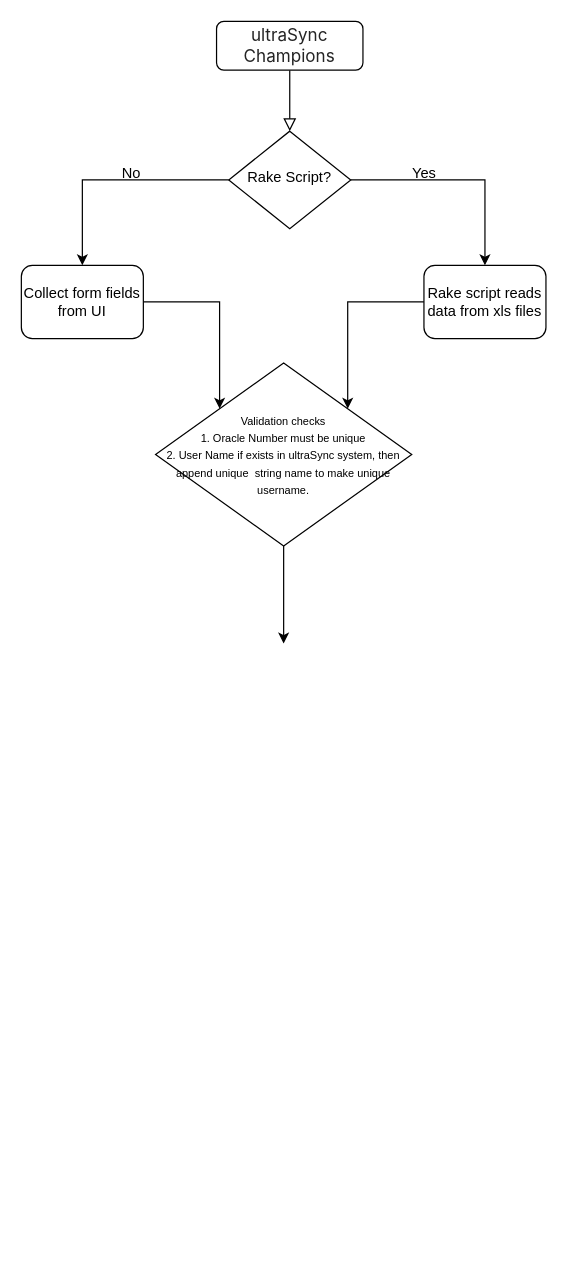
venkatnr/Account keeps this draw.io diagram as onboarding_champions.drawio. Above is the earlier version. Source tidied: cells renumbered, new cells numbered last; positions are measured from the earlier drawing's top-left corner, leaving out a move shared by most shapes. Both pictures are drawn from the tidied source at 122%, with x=0, y=0 at pixel (21, 21).
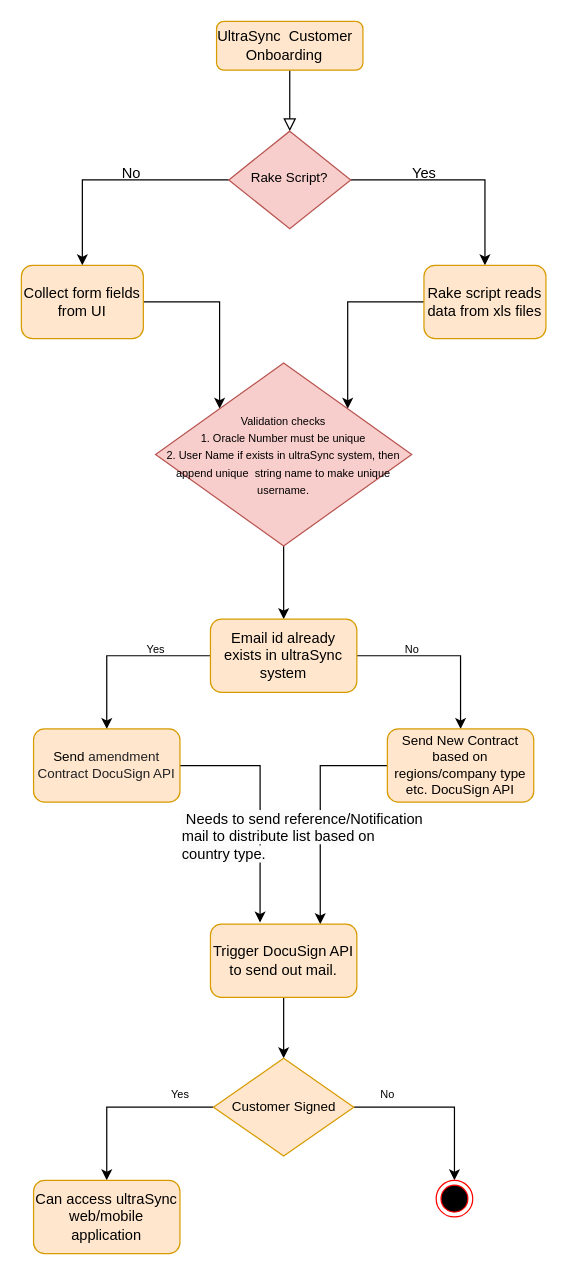
The same diagram, later.

Change to the diagram source:
```diff
@@
-    <mxCell id="3" value="&lt;span style=&quot;color: rgb(36, 36, 36); font-family: -apple-system, BlinkMacSystemFont, &amp;quot;Segoe UI&amp;quot;, system-ui, &amp;quot;Apple Color Emoji&amp;quot;, &amp;quot;Segoe UI Emoji&amp;quot;, &amp;quot;Segoe UI Web&amp;quot;, sans-serif; font-size: 14px; text-align: start; background-color: rgb(255, 255, 255);&quot;&gt;ultraSync Champions&lt;/span&gt;" style="rounded=1;whiteSpace=wrap;html=1;fontSize=12;glass=0;strokeWidth=1;shadow=0;" parent="1" vertex="1">
+    <mxCell id="3" value="&lt;div style=&quot;text-align: start;&quot;&gt;UltraSync&amp;nbsp;&amp;nbsp;Customer&amp;nbsp; &amp;nbsp; &amp;nbsp; &amp;nbsp; &amp;nbsp;Onboarding&lt;br&gt;&lt;/div&gt;" style="rounded=1;whiteSpace=wrap;html=1;fontSize=12;glass=0;strokeWidth=1;shadow=0;fillColor=#ffe6cc;strokeColor=#d79b00;" parent="1" vertex="1">
       <mxGeometry x="160" width="120" height="40" as="geometry" />
     </mxCell>
@@
-    <mxCell id="6" value="Rake Script?" style="rhombus;whiteSpace=wrap;html=1;shadow=0;fontFamily=Helvetica;fontSize=12;align=center;strokeWidth=1;spacing=6;spacingTop=-4;" parent="1" vertex="1">
+    <mxCell id="6" value="&lt;font style=&quot;font-size: 11px;&quot;&gt;Rake Script?&lt;/font&gt;" style="rhombus;whiteSpace=wrap;html=1;shadow=0;fontFamily=Helvetica;fontSize=12;align=center;strokeWidth=1;spacing=6;spacingTop=-4;fillColor=#f8cecc;strokeColor=#b85450;" parent="1" vertex="1">
       <mxGeometry x="170" y="90" width="100" height="80" as="geometry" />
     </mxCell>
     <mxCell id="7" value="No" style="rounded=0;html=1;jettySize=auto;orthogonalLoop=1;fontSize=11;endArrow=block;endFill=0;endSize=8;strokeWidth=1;shadow=0;labelBackgroundColor=none;edgeStyle=orthogonalEdgeStyle;" parent="1" edge="1">
       <mxGeometry x="0.33" y="20" relative="1" as="geometry">
-        <mxPoint x="220" y="290" as="sourcePoint" />
+        <mxPoint x="31" y="321" as="sourcePoint" />
       </mxGeometry>
     </mxCell>
     <mxCell id="8" value="Yes" style="edgeStyle=orthogonalEdgeStyle;rounded=0;html=1;jettySize=auto;orthogonalLoop=1;fontSize=11;endArrow=block;endFill=0;endSize=8;strokeWidth=1;shadow=0;labelBackgroundColor=none;" parent="1" edge="1">
       <mxGeometry y="10" relative="1" as="geometry">
-        <mxPoint x="270" y="250" as="sourcePoint" />
+        <mxPoint x="81" y="281" as="sourcePoint" />
       </mxGeometry>
     </mxCell>
@@
-    <mxCell id="12" value="Collect form fields from UI" style="rounded=1;whiteSpace=wrap;html=1;" parent="1" vertex="1">
+    <mxCell id="12" value="Collect form fields from UI" style="rounded=1;whiteSpace=wrap;html=1;fillColor=#ffe6cc;strokeColor=#d79b00;" parent="1" vertex="1">
       <mxGeometry y="200" width="100" height="60" as="geometry" />
     </mxCell>
@@
-    <mxCell id="14" value="Rake script reads data from xls files" style="rounded=1;whiteSpace=wrap;html=1;" parent="1" vertex="1">
+    <mxCell id="14" value="Rake script reads data from xls files" style="rounded=1;whiteSpace=wrap;html=1;fillColor=#ffe6cc;strokeColor=#d79b00;" parent="1" vertex="1">
       <mxGeometry x="330" y="200" width="100" height="60" as="geometry" />
     </mxCell>
-    <mxCell id="15" style="edgeStyle=orthogonalEdgeStyle;rounded=0;jettySize=auto;html=1;fontSize=9;" parent="1" edge="1" source="16">
-      <mxGeometry relative="1" as="geometry">
-        <mxPoint x="215" y="510" as="targetPoint" />
-      </mxGeometry>
+    <mxCell id="15" style="edgeStyle=orthogonalEdgeStyle;rounded=0;jettySize=auto;html=1;fontSize=9;entryX=0.5;entryY=0;entryDx=0;entryDy=0;" parent="1" edge="1" source="16" target="19">
+      <mxGeometry relative="1" as="geometry" />
     </mxCell>
-    <mxCell id="16" value="&lt;font style=&quot;font-size: 9px;&quot;&gt;Validation checks&lt;br&gt;1. Oracle Number must be unique&lt;br&gt;2. User Name if exists in ultraSync system, then append unique&amp;nbsp; string name to make unique username.&lt;br&gt;&lt;/font&gt;" style="rhombus;whiteSpace=wrap;html=1;" parent="1" vertex="1">
+    <mxCell id="16" value="&lt;font style=&quot;font-size: 9px;&quot;&gt;Validation checks&lt;br&gt;1. Oracle Number must be unique&lt;br&gt;2. User Name if exists in ultraSync system, then append unique&amp;nbsp; string name to make unique username.&lt;br&gt;&lt;/font&gt;" style="rhombus;whiteSpace=wrap;html=1;fillColor=#f8cecc;strokeColor=#b85450;" parent="1" vertex="1">
       <mxGeometry x="110" y="280" width="210" height="150" as="geometry" />
     </mxCell>
+    <mxCell id="17" style="edgeStyle=orthogonalEdgeStyle;rounded=0;jettySize=auto;html=1;fontSize=9;entryX=0.5;entryY=0;entryDx=0;entryDy=0;exitX=0;exitY=0.5;exitDx=0;exitDy=0;" parent="1" edge="1" source="19" target="22">
+      <mxGeometry relative="1" as="geometry" />
+    </mxCell>
+    <mxCell id="18" style="edgeStyle=orthogonalEdgeStyle;rounded=0;jettySize=auto;html=1;fontSize=9;" parent="1" edge="1" source="19" target="24">
+      <mxGeometry relative="1" as="geometry" />
+    </mxCell>
+    <mxCell id="19" value="Email id already exists in ultraSync system" style="rounded=1;whiteSpace=wrap;html=1;fontSize=12;fillColor=#ffe6cc;strokeColor=#d79b00;" parent="1" vertex="1">
+      <mxGeometry x="155" y="490" width="120" height="60" as="geometry" />
+    </mxCell>
+    <mxCell id="20" value="Yes" style="text;html=1;align=center;verticalAlign=middle;strokeColor=none;fillColor=none;fontSize=9;" parent="1" vertex="1">
+      <mxGeometry x="90" y="505" width="40" height="20" as="geometry" />
+    </mxCell>
+    <mxCell id="21" style="edgeStyle=orthogonalEdgeStyle;rounded=0;jettySize=auto;html=1;exitX=1;exitY=0.5;exitDx=0;exitDy=0;fontSize=12;entryX=0.339;entryY=-0.022;entryDx=0;entryDy=0;entryPerimeter=0;" parent="1" edge="1" source="22" target="27">
+      <mxGeometry relative="1" as="geometry" />
+    </mxCell>
+    <mxCell id="22" value="&lt;span style=&quot;background-color: rgb(255, 230, 204);&quot;&gt;&lt;span style=&quot;font-size: 11px;&quot;&gt;Send&amp;nbsp;&lt;/span&gt;&lt;span style=&quot;border-color: var(--border-color); font-size: 11px; color: rgb(32, 33, 36); font-family: &amp;quot;Google Sans&amp;quot;, arial, sans-serif; text-align: start;&quot;&gt;amendment Contract DocuSign API&lt;/span&gt;&lt;/span&gt;" style="rounded=1;whiteSpace=wrap;html=1;fontSize=9;fillColor=#ffe6cc;strokeColor=#d79b00;" parent="1" vertex="1">
+      <mxGeometry x="10" y="580" width="120" height="60" as="geometry" />
+    </mxCell>
+    <mxCell id="23" style="edgeStyle=orthogonalEdgeStyle;rounded=0;jettySize=auto;html=1;entryX=0.75;entryY=0;entryDx=0;entryDy=0;fontSize=12;" parent="1" edge="1" source="24" target="27">
+      <mxGeometry relative="1" as="geometry" />
+    </mxCell>
+    <mxCell id="24" value="&lt;font style=&quot;font-size: 11px;&quot;&gt;Send New Contract based on regions/company type etc. DocuSign API&lt;/font&gt;" style="whiteSpace=wrap;html=1;fontSize=9;rounded=1;fillColor=#ffe6cc;strokeColor=#d79b00;" parent="1" vertex="1">
+      <mxGeometry x="300" y="580" width="120" height="60" as="geometry" />
+    </mxCell>
+    <mxCell id="25" value="No" style="text;html=1;align=center;verticalAlign=middle;strokeColor=none;fillColor=none;fontSize=9;" parent="1" vertex="1">
+      <mxGeometry x="300" y="505" width="40" height="20" as="geometry" />
+    </mxCell>
+    <mxCell id="26" style="edgeStyle=orthogonalEdgeStyle;rounded=0;jettySize=auto;html=1;exitX=0.5;exitY=1;exitDx=0;exitDy=0;fontSize=12;entryX=0.5;entryY=0;entryDx=0;entryDy=0;" parent="1" edge="1" source="27" target="31">
+      <mxGeometry relative="1" as="geometry" />
+    </mxCell>
+    <mxCell id="27" value="&lt;font style=&quot;font-size: 12px;&quot;&gt;Trigger&amp;nbsp;DocuSign API to send out mail.&lt;br&gt;&lt;/font&gt;" style="rounded=1;whiteSpace=wrap;html=1;fontSize=9;fillColor=#ffe6cc;strokeColor=#d79b00;" parent="1" vertex="1">
+      <mxGeometry x="155" y="740" width="120" height="60" as="geometry" />
+    </mxCell>
+    <mxCell id="28" style="edgeStyle=orthogonalEdgeStyle;rounded=0;jettySize=auto;html=1;fontSize=11;exitX=1;exitY=0.5;exitDx=0;exitDy=0;entryX=0.5;entryY=0;entryDx=0;entryDy=0;" parent="1" edge="1" source="31" target="34">
+      <mxGeometry relative="1" as="geometry" />
+    </mxCell>
+    <mxCell id="29" value="&lt;span style=&quot;color: rgb(0, 0, 0); font-family: Helvetica; font-size: 12px; font-style: normal; font-variant-ligatures: normal; font-variant-caps: normal; font-weight: 400; letter-spacing: normal; orphans: 2; text-align: center; text-indent: 0px; text-transform: none; widows: 2; word-spacing: 0px; -webkit-text-stroke-width: 0px; background-color: rgb(251, 251, 251); text-decoration-thickness: initial; text-decoration-style: initial; text-decoration-color: initial; float: none; display: inline !important;&quot;&gt;&lt;span&gt;&amp;nbsp;&lt;/span&gt;Needs to send reference/Notification mail to distribute list based on country type.&lt;/span&gt;" style="text;whiteSpace=wrap;html=1;fontSize=12;" parent="1" vertex="1">
+      <mxGeometry x="130" y="640" width="200" height="40" as="geometry" />
+    </mxCell>
+    <mxCell id="30" style="edgeStyle=orthogonalEdgeStyle;rounded=0;jettySize=auto;html=1;fontSize=11;entryX=0.5;entryY=0;entryDx=0;entryDy=0;" parent="1" edge="1" source="31" target="35">
+      <mxGeometry relative="1" as="geometry" />
+    </mxCell>
+    <mxCell id="31" value="Customer Signed" style="rhombus;whiteSpace=wrap;html=1;labelBackgroundColor=#ffe6cc;fontSize=11;fillColor=#ffe6cc;strokeColor=#d79b00;" parent="1" vertex="1">
+      <mxGeometry x="157.5" y="850" width="115" height="80" as="geometry" />
+    </mxCell>
+    <mxCell id="32" value="Yes" style="text;html=1;align=center;verticalAlign=middle;strokeColor=none;fillColor=none;fontSize=9;" parent="1" vertex="1">
+      <mxGeometry x="110" y="870" width="40" height="20" as="geometry" />
+    </mxCell>
+    <mxCell id="33" value="No" style="text;html=1;align=center;verticalAlign=middle;strokeColor=none;fillColor=none;fontSize=9;" parent="1" vertex="1">
+      <mxGeometry x="280" y="870" width="40" height="20" as="geometry" />
+    </mxCell>
+    <mxCell id="34" style="ellipse;html=1;shape=endState;fillColor=#000000;strokeColor=#ff0000;labelBackgroundColor=#FFE6CC;fontSize=9;" parent="1" vertex="1">
+      <mxGeometry x="340" y="950" width="30" height="30" as="geometry" />
+    </mxCell>
+    <mxCell id="35" value="&lt;font style=&quot;font-size: 12px;&quot;&gt;Can access ultraSync web/mobile application&lt;br&gt;&lt;/font&gt;" style="rounded=1;whiteSpace=wrap;html=1;fontSize=9;fillColor=#ffe6cc;strokeColor=#d79b00;" parent="1" vertex="1">
+      <mxGeometry x="10" y="950" width="120" height="60" as="geometry" />
+    </mxCell>
```
